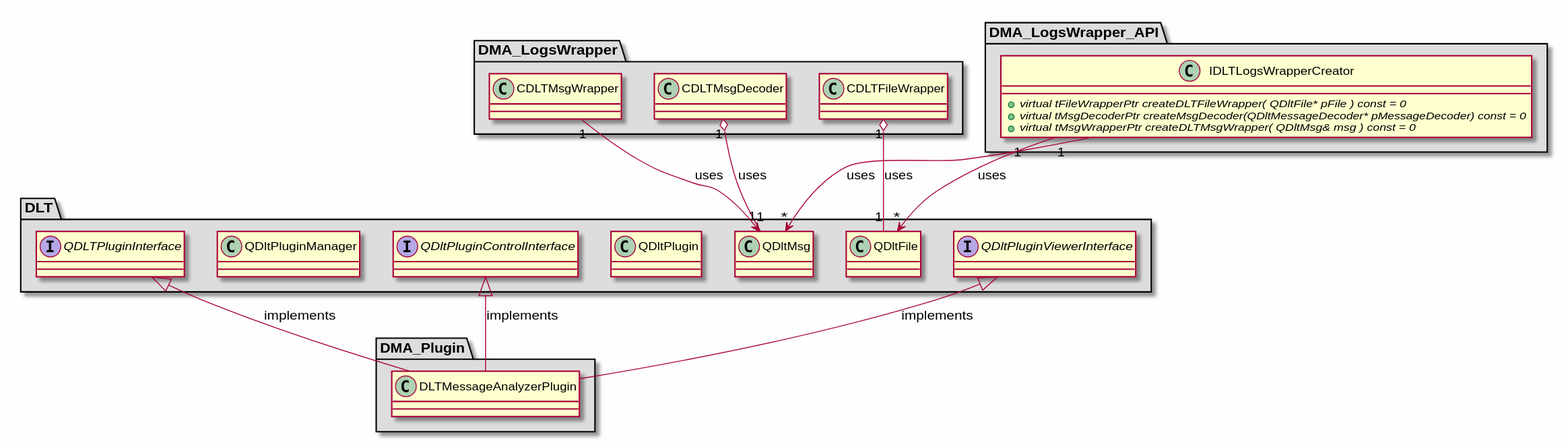
This is md/dev_docs/puml/DLT.svg from svlad-90/DLT-Message-Analyzer, a PlantUML export, as it was before one commit.
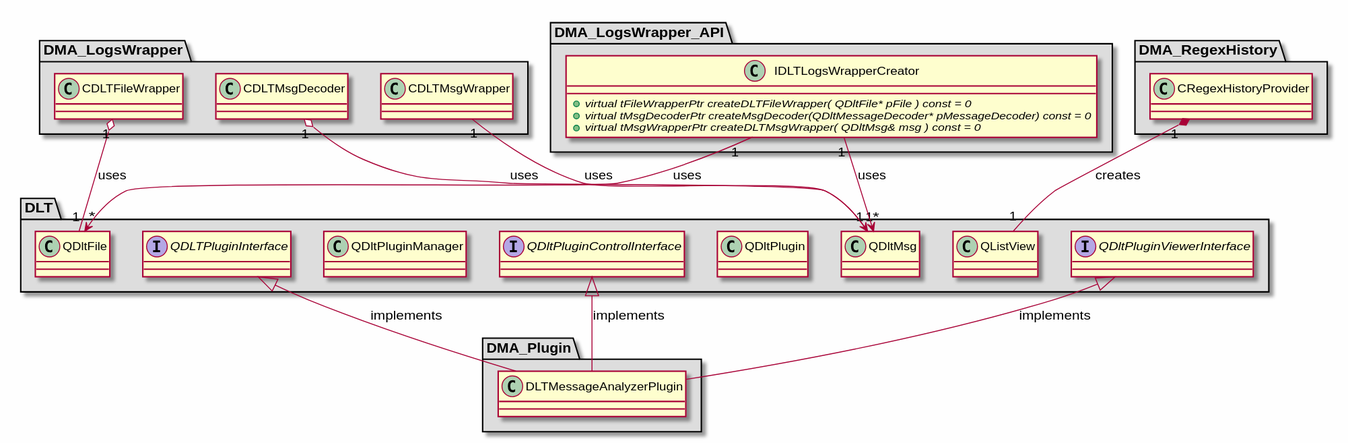
The same file after the commit.

What changed in the source:
```diff
@@ -30,6 +30,10 @@
 }
 
 interface "QDltPluginViewerInterface"
+{
+}
+
+class "QListView"
 {
 }
 
@@ -73,6 +77,15 @@
 
 }
 
+package "DMA_RegexHistory" #DDDDDD
+{
+
+class "CRegexHistoryProvider"
+{
+}
+
+}
+
 QDLTPluginInterface <|-- DLTMessageAnalyzerPlugin : implements
 QDltPluginControlInterface <|-- DLTMessageAnalyzerPlugin : implements
 QDltPluginViewerInterface <|-- DLTMessageAnalyzerPlugin : implements
@@ -82,5 +95,6 @@
 CDLTMsgWrapper "1" --> "1" QDltMsg : uses
 IDLTLogsWrapperCreator "1" --> "*" QDltFile : uses
 IDLTLogsWrapperCreator "1" --> "*" QDltMsg : uses
+CRegexHistoryProvider "1" *-- "1" QListView : creates
 
 @enduml
```
